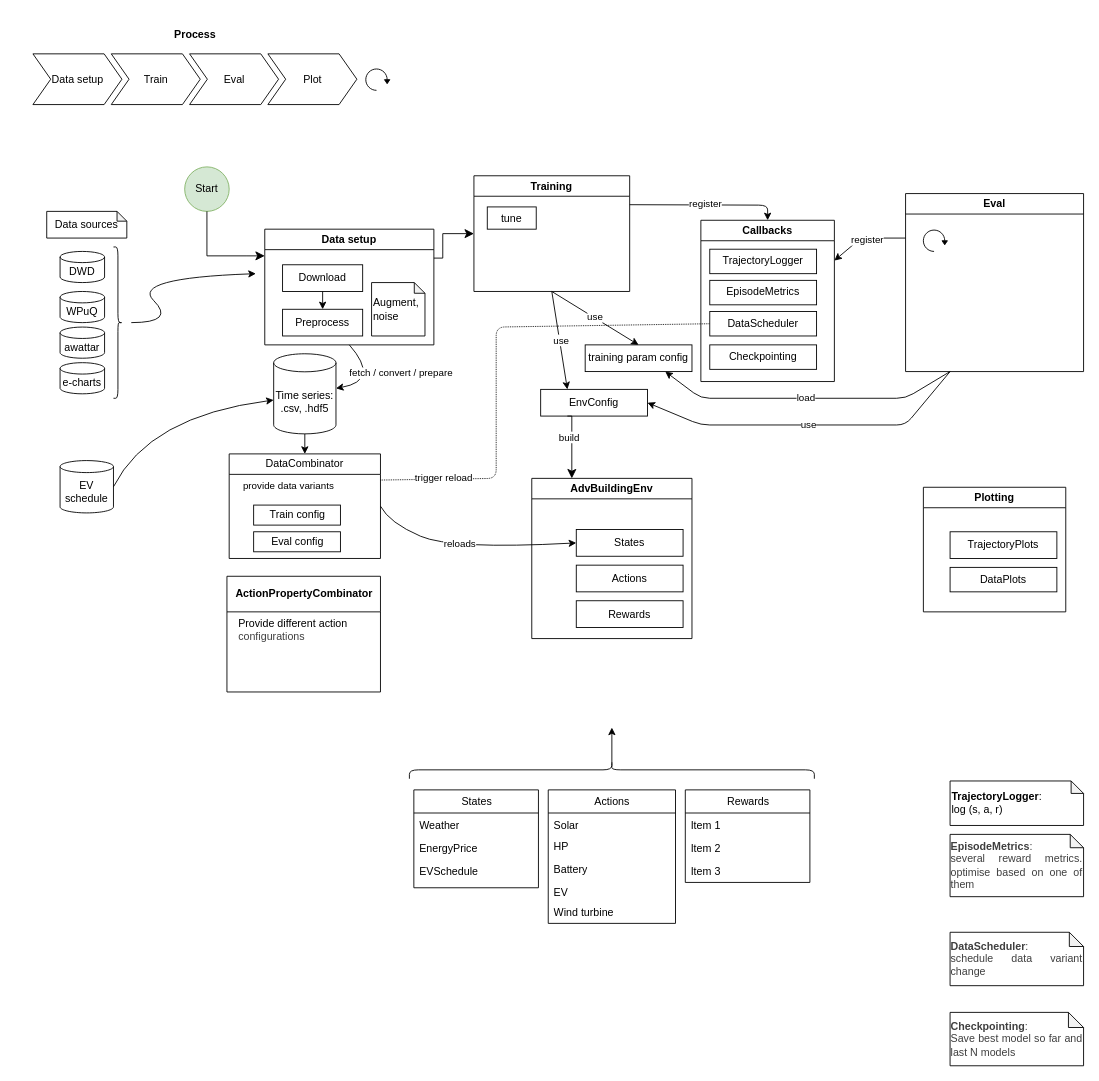
Earlier version of the draw.io diagram docs/architecture.drawio (vince-pongracz/AdvBuildingGym). Source tidied: cells renumbered, new cells numbered last; positions are measured from the earlier drawing's top-left corner, leaving out a move shared by most shapes. Both pictures are drawn from the tidied source at 89%, with x=0, y=0 at pixel (24, 24).
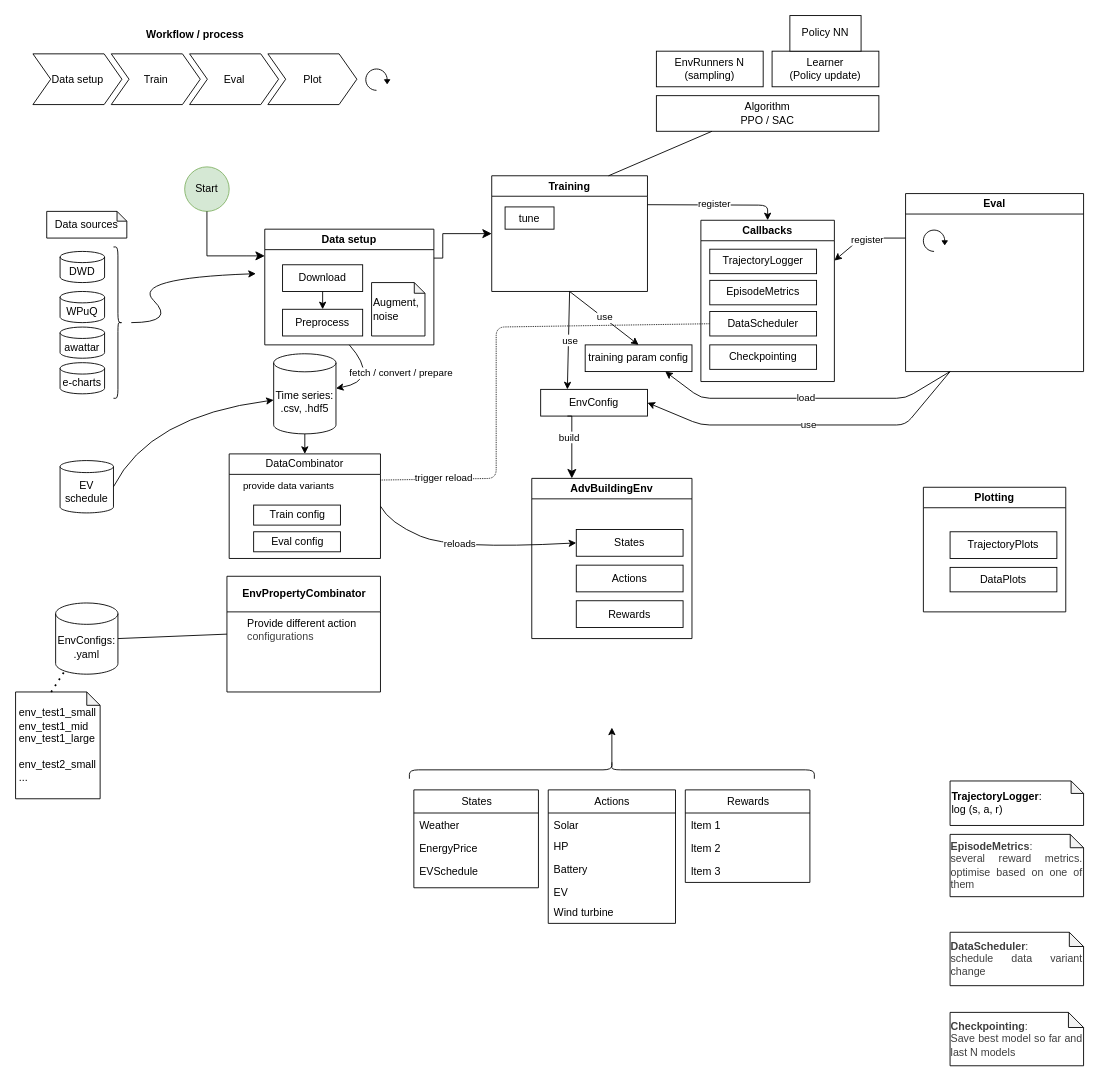
The same page after the edit.

The edit, as a diff of the source:
```diff
@@
     <mxCell id="34" value="Training" style="swimlane;whiteSpace=wrap;html=1;" parent="1" vertex="1">
-      <mxGeometry x="505" y="170" width="175" height="130" as="geometry" />
+      <mxGeometry x="525" y="170" width="175" height="130" as="geometry" />
     </mxCell>
@@
-    <mxCell id="63" value="ActionPropertyCombinator" style="swimlane;whiteSpace=wrap;html=1;startSize=40;" parent="1" vertex="1">
+    <mxCell id="63" value="EnvPropertyCombinator" style="swimlane;whiteSpace=wrap;html=1;startSize=40;" parent="1" vertex="1">
       <mxGeometry x="227.5" y="620" width="172.5" height="130" as="geometry" />
     </mxCell>
     <mxCell id="64" value="&lt;div style=&quot;text-align: justify;&quot;&gt;&lt;span style=&quot;background-color: transparent;&quot;&gt;Provide different action&amp;nbsp;&lt;/span&gt;&lt;/div&gt;&lt;div style=&quot;text-align: justify;&quot;&gt;&lt;span style=&quot;background-color: transparent; color: rgb(63, 63, 63);&quot;&gt;configurations&lt;/span&gt;&lt;/div&gt;" style="text;html=1;align=center;verticalAlign=middle;strokeColor=none;fillColor=none;" parent="63" vertex="1">
-      <mxGeometry y="40" width="150" height="40" as="geometry" />
+      <mxGeometry x="10" y="40" width="150" height="40" as="geometry" />
     </mxCell>
@@
-    <mxCell id="85" value="Process" style="swimlane;horizontal=1;fillColor=none;strokeColor=none;stackBorder=10;align=center;whiteSpace=wrap;html=1;" parent="1" vertex="1">
+    <mxCell id="85" value="Workflow / process" style="swimlane;horizontal=1;fillColor=none;strokeColor=none;stackBorder=10;align=center;whiteSpace=wrap;html=1;" parent="1" vertex="1">
       <mxGeometry x="-0.5" width="384" height="100" as="geometry" />
     </mxCell>
@@
+    <mxCell id="91" value="Algorithm&lt;div&gt;PPO / SAC&lt;/div&gt;" style="rounded=0;whiteSpace=wrap;html=1;" parent="1" vertex="1">
+      <mxGeometry x="710" y="80" width="250" height="40" as="geometry" />
+    </mxCell>
+    <mxCell id="92" value="EnvRunners N&lt;div&gt;(sampling)&lt;/div&gt;" style="rounded=0;whiteSpace=wrap;html=1;" parent="1" vertex="1">
+      <mxGeometry x="710" y="30" width="120" height="40" as="geometry" />
+    </mxCell>
+    <mxCell id="93" value="Learner&lt;div&gt;(Policy update)&lt;/div&gt;" style="rounded=0;whiteSpace=wrap;html=1;" parent="1" vertex="1">
+      <mxGeometry x="840" y="30" width="120" height="40" as="geometry" />
+    </mxCell>
+    <mxCell id="94" value="Policy NN" style="rounded=0;whiteSpace=wrap;html=1;" parent="1" vertex="1">
+      <mxGeometry x="860" y="-10" width="80" height="40" as="geometry" />
+    </mxCell>
+    <mxCell id="95" style="endArrow=none;html=1;exitX=0.75;exitY=0;exitDx=0;exitDy=0;entryX=0.25;entryY=1;entryDx=0;entryDy=0;" parent="1" edge="1" source="34" target="91">
+      <mxGeometry relative="1" as="geometry" />
+    </mxCell>
+    <mxCell id="96" value="EnvConfigs:&lt;div&gt;.yaml&lt;/div&gt;" style="shape=cylinder3;whiteSpace=wrap;html=1;boundedLbl=1;backgroundOutline=1;size=12;" parent="1" vertex="1">
+      <mxGeometry x="35" y="650" width="70" height="80" as="geometry" />
+    </mxCell>
+    <mxCell id="97" style="endArrow=none;html=1;exitX=1;exitY=0.5;exitDx=0;exitDy=0;exitPerimeter=0;entryX=0;entryY=0.5;entryDx=0;entryDy=0;" parent="1" edge="1" source="96" target="63">
+      <mxGeometry relative="1" as="geometry" />
+    </mxCell>
+    <mxCell id="98" value="&lt;div style=&quot;text-align: left;&quot;&gt;&lt;span style=&quot;background-color: transparent;&quot;&gt;env_test1_small&lt;/span&gt;&lt;/div&gt;&lt;div style=&quot;text-align: left;&quot;&gt;&lt;span style=&quot;color: rgb(0, 0, 0);&quot;&gt;env_test1_mid&lt;/span&gt;&lt;/div&gt;&lt;div style=&quot;text-align: left;&quot;&gt;&lt;span style=&quot;color: rgb(0, 0, 0);&quot;&gt;env_test1_large&lt;/span&gt;&lt;span style=&quot;color: rgb(0, 0, 0);&quot;&gt;&lt;/span&gt;&lt;/div&gt;&lt;div style=&quot;text-align: left;&quot;&gt;&lt;span style=&quot;color: rgb(0, 0, 0);&quot;&gt;&lt;br&gt;&lt;/span&gt;&lt;/div&gt;&lt;div style=&quot;text-align: left;&quot;&gt;&lt;span style=&quot;color: rgb(0, 0, 0);&quot;&gt;env_test2_small&lt;/span&gt;&lt;span style=&quot;color: rgb(0, 0, 0);&quot;&gt;&lt;/span&gt;&lt;/div&gt;&lt;div style=&quot;text-align: left;&quot;&gt;&lt;font color=&quot;#000000&quot;&gt;...&lt;/font&gt;&lt;/div&gt;" style="shape=note;whiteSpace=wrap;html=1;backgroundOutline=1;darkOpacity=0.05;size=15;" parent="1" vertex="1">
+      <mxGeometry x="-10" y="750" width="95" height="120" as="geometry" />
+    </mxCell>
+    <mxCell id="99" style="endArrow=none;dashed=1;html=1;dashPattern=1 3;strokeWidth=2;exitX=0;exitY=0;exitDx=40;exitDy=0;exitPerimeter=0;entryX=0.145;entryY=1;entryDx=0;entryDy=-3.4799999999999995;entryPerimeter=0;" parent="1" edge="1" source="98" target="96">
+      <mxGeometry relative="1" as="geometry" />
+    </mxCell>
```
